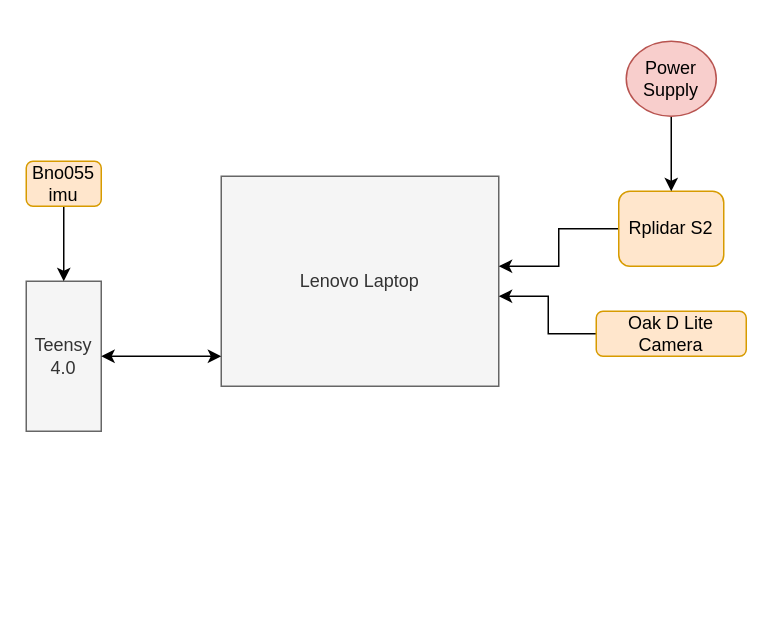
Above: rotation_node/Physicalsetup.drawio in mekuro9/PWAO-CSU (draw.io), before the change. Source tidied: cells renumbered, new cells numbered last; positions are measured from the earlier drawing's top-left corner, leaving out a move shared by most shapes. Both pictures are drawn from the tidied source at 150%, with x=0, y=0 at pixel (26, 40).
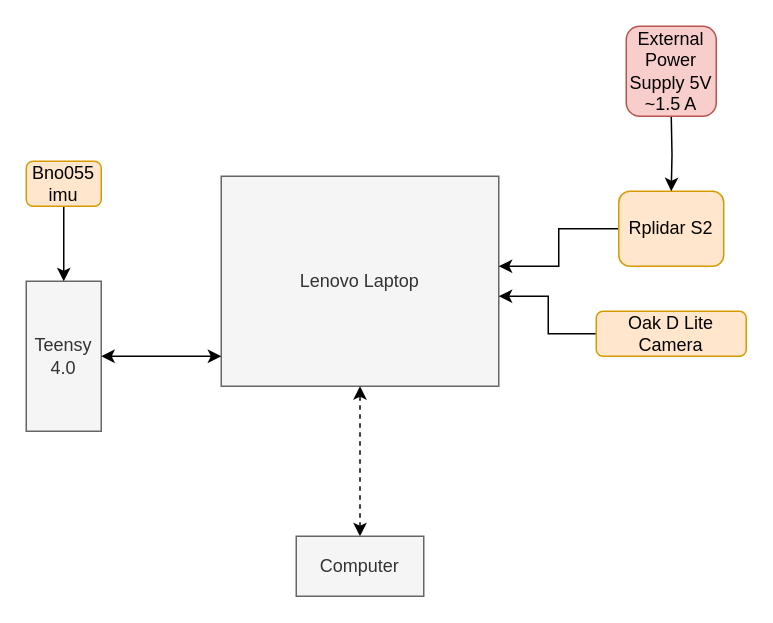
The same diagram, later.

What changed in the source:
```diff
@@
 <mxGraphModel>
   <root>
     <mxCell id="0" />
     <mxCell id="1" parent="0" />
     <mxCell id="2" value="Lenovo Laptop " style="rounded=0;whiteSpace=wrap;html=1;fillColor=#f5f5f5;fontColor=#333333;strokeColor=#666666;" parent="1" vertex="1">
       <mxGeometry x="130" y="90" width="185" height="140" as="geometry" />
     </mxCell>
     <mxCell id="3" value="Teensy 4.0" style="rounded=0;whiteSpace=wrap;html=1;fillColor=#f5f5f5;fontColor=#333333;strokeColor=#666666;" parent="1" vertex="1">
       <mxGeometry y="160" width="50" height="100" as="geometry" />
     </mxCell>
     <mxCell id="4" style="edgeStyle=orthogonalEdgeStyle;rounded=0;jettySize=auto;html=1;entryX=0.5;entryY=0;entryDx=0;entryDy=0;" parent="1" edge="1" source="5" target="3">
       <mxGeometry relative="1" as="geometry" />
     </mxCell>
     <mxCell id="5" value="Bno055 imu" style="rounded=1;whiteSpace=wrap;html=1;fillColor=#ffe6cc;strokeColor=#d79b00;" parent="1" vertex="1">
       <mxGeometry y="80" width="50" height="30" as="geometry" />
     </mxCell>
     <mxCell id="6" style="edgeStyle=orthogonalEdgeStyle;rounded=0;jettySize=auto;html=1;" parent="1" edge="1" source="7" target="2">
       <mxGeometry relative="1" as="geometry">
         <Array as="points">
           <mxPoint x="355" y="125" />
           <mxPoint x="355" y="150" />
         </Array>
       </mxGeometry>
     </mxCell>
     <mxCell id="7" value="Rplidar S2" style="rounded=1;whiteSpace=wrap;html=1;fillColor=#ffe6cc;strokeColor=#d79b00;" parent="1" vertex="1">
       <mxGeometry x="395" y="100" width="70" height="50" as="geometry" />
     </mxCell>
     <mxCell id="8" style="edgeStyle=orthogonalEdgeStyle;rounded=0;jettySize=auto;html=1;" parent="1" edge="1" source="9" target="2">
       <mxGeometry relative="1" as="geometry">
         <Array as="points">
           <mxPoint x="348" y="195" />
           <mxPoint x="348" y="170" />
         </Array>
       </mxGeometry>
     </mxCell>
     <mxCell id="9" value="Oak D Lite Camera" style="rounded=1;whiteSpace=wrap;html=1;fillColor=#ffe6cc;strokeColor=#d79b00;" parent="1" vertex="1">
       <mxGeometry x="380" y="180" width="100" height="30" as="geometry" />
     </mxCell>
     <mxCell id="10" style="edgeStyle=orthogonalEdgeStyle;rounded=0;jettySize=auto;html=1;entryX=0;entryY=0.857;entryDx=0;entryDy=0;entryPerimeter=0;startArrow=classic;startFill=1;" parent="1" edge="1" source="3" target="2">
       <mxGeometry relative="1" as="geometry" />
     </mxCell>
-    <mxCell id="11" style="edgeStyle=orthogonalEdgeStyle;rounded=0;jettySize=auto;html=1;" parent="1" edge="1" source="12" target="7">
-      <mxGeometry relative="1" as="geometry" />
+    <mxCell id="11" style="edgeStyle=orthogonalEdgeStyle;rounded=0;jettySize=auto;html=1;" parent="1" edge="1" target="7">
+      <mxGeometry relative="1" as="geometry">
+        <mxPoint x="430" y="50" as="sourcePoint" />
+      </mxGeometry>
     </mxCell>
-    <mxCell id="12" value="Power Supply" style="ellipse;whiteSpace=wrap;html=1;fillColor=#f8cecc;strokeColor=#b85450;" parent="1" vertex="1">
-      <mxGeometry x="400" width="60" height="50" as="geometry" />
-    </mxCell>
+    <mxCell id="13" value="External Power Supply 5V ~1.5 A" style="rounded=1;whiteSpace=wrap;html=1;fillColor=#f8cecc;strokeColor=#b85450;" parent="1" vertex="1">
+      <mxGeometry x="400" y="-10" width="60" height="60" as="geometry" />
+    </mxCell>
+    <mxCell id="14" style="edgeStyle=orthogonalEdgeStyle;rounded=0;jettySize=auto;html=1;entryX=0.5;entryY=1;entryDx=0;entryDy=0;startArrow=classic;startFill=1;dashed=1;" parent="1" edge="1" source="15" target="2">
+      <mxGeometry relative="1" as="geometry" />
+    </mxCell>
+    <mxCell id="15" value="Computer " style="rounded=0;whiteSpace=wrap;html=1;fillColor=#f5f5f5;fontColor=#333333;strokeColor=#666666;" parent="1" vertex="1">
+      <mxGeometry x="180" y="330" width="85" height="40" as="geometry" />
+    </mxCell>
   </root>
 </mxGraphModel>
```
